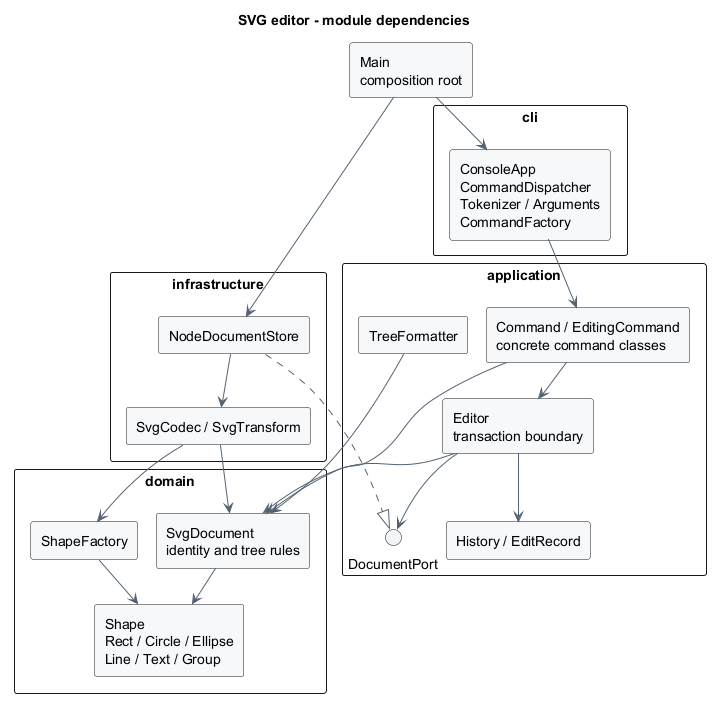
Above: doc/architecture.png in qingyvz/software-design-svg-editor (PlantUML), before the change.
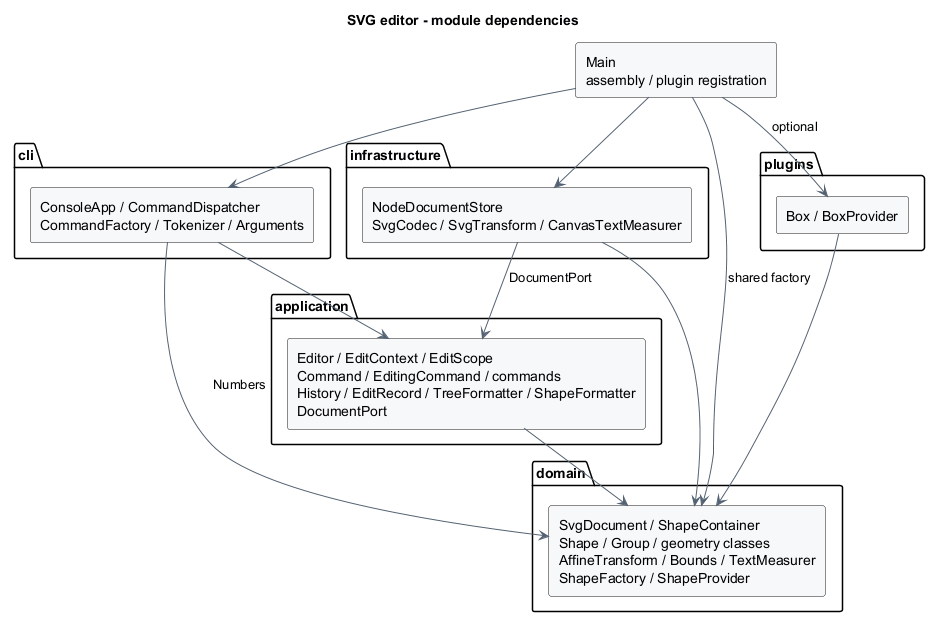
The same diagram one commit later.

Commit message:
同步评审修复文档、架构图与扩展示例

The edit, as a diff of the source:
```diff
@@ -3,45 +3,35 @@
 skinparam componentStyle rectangle
 skinparam shadowing false
 skinparam defaultFontName SansSerif
-skinparam packageStyle rectangle
 skinparam ArrowColor #536273
 skinparam componentBackgroundColor #F6F8FA
 skinparam packageBackgroundColor #FFFFFF
+top to bottom direction
 title SVG editor - module dependencies
-top to bottom direction
-component "Main\ncomposition root" as Main
+component "Main\nassembly / plugin registration" as Main
 package cli {
-  component "ConsoleApp\nCommandDispatcher\nTokenizer / Arguments\nCommandFactory" as CLI
+  component "ConsoleApp / CommandDispatcher\nCommandFactory / Tokenizer / Arguments" as CLI
 }
 package application {
-  component "Command / EditingCommand\nconcrete command classes" as Commands
-  component "Editor\ntransaction boundary" as Editor
-  component "History / EditRecord" as History
-  interface DocumentPort
-  component TreeFormatter
+  component "Editor / EditContext / EditScope\nCommand / EditingCommand / commands\nHistory / EditRecord / TreeFormatter / ShapeFormatter\nDocumentPort" as App
+}
+package infrastructure {
+  component "NodeDocumentStore\nSvgCodec / SvgTransform / CanvasTextMeasurer" as Infra
 }
 package domain {
-  component "SvgDocument\nidentity and tree rules" as Doc
-  component "Shape\nRect / Circle / Ellipse\nLine / Text / Group" as Shapes
-  component "ShapeFactory" as Factory
+  component "SvgDocument / ShapeContainer\nShape / Group / geometry classes\nAffineTransform / Bounds / TextMeasurer\nShapeFactory / ShapeProvider" as Domain
 }
-package infrastructure {
-  component NodeDocumentStore as Store
-  component "SvgCodec / SvgTransform" as Codec
+package plugins {
+  component "Box / BoxProvider" as Plugin
 }
 Main --> CLI
-Main --> Store
-CLI --> Commands
-Commands --> Editor
-Editor --> History
-Editor --> DocumentPort
-Editor --> Doc
-Commands --> Doc
-TreeFormatter --> Doc
-Doc --> Shapes
-Factory --> Shapes
-Store ..|> DocumentPort
-Store --> Codec
-Codec --> Doc
-Codec --> Factory
+Main --> Infra
+Main --> Domain : shared factory
+Main --> Plugin : optional
+CLI --> App
+CLI --> Domain : Numbers
+Infra --> App : DocumentPort
+Infra --> Domain
+App --> Domain
+Plugin --> Domain
 @enduml
```
